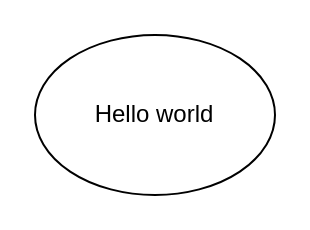
Before: canvas/Untitled Diagram.drawio in biwasxyz/brainstorm, a draw.io diagram. Source tidied: cells renumbered, new cells numbered last; positions are measured from the earlier drawing's top-left corner, leaving out a move shared by most shapes. Both pictures are drawn from the tidied source at 200%, with x=0, y=0 at pixel (34, 34).
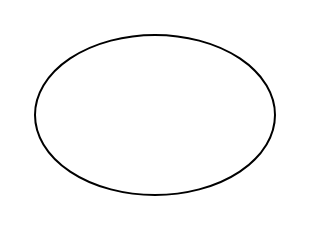
Above is the later version.

What changed in the source:
```diff
@@
 <mxGraphModel>
   <root>
     <mxCell id="0" />
     <mxCell id="1" parent="0" />
-    <mxCell id="2" value="Hello world" style="ellipse;whiteSpace=wrap;html=1;" parent="1" vertex="1">
+    <mxCell id="2" style="ellipse;whiteSpace=wrap;html=1;" parent="1" vertex="1">
       <mxGeometry width="120" height="80" as="geometry" />
     </mxCell>
   </root>
 </mxGraphModel>
```
